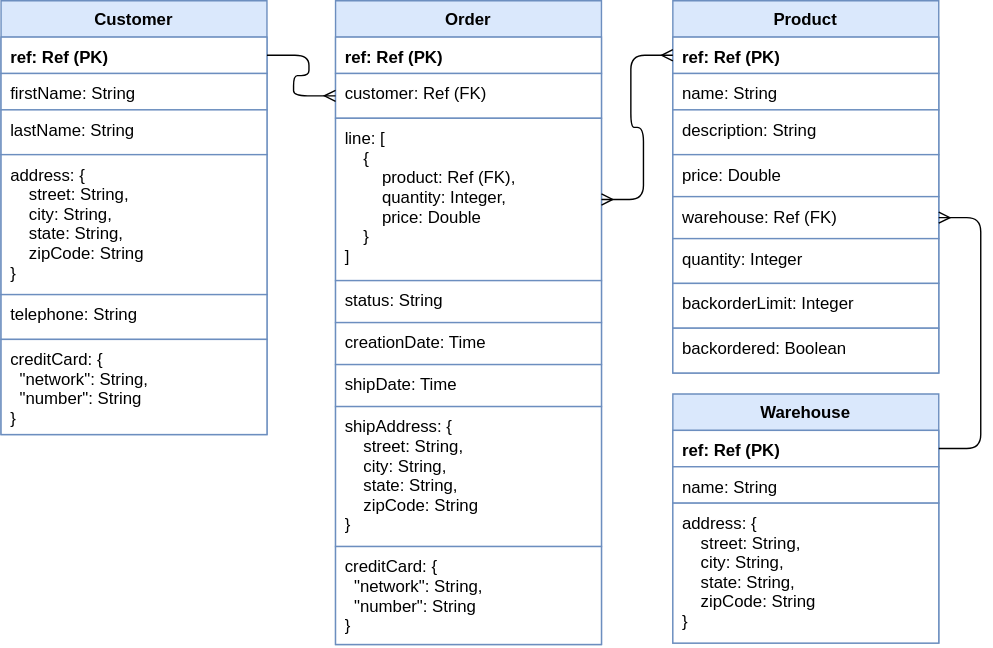
lregnier/faunadb-sample-db keeps this draw.io diagram as images/ecommerce.svg. Above is the earlier version. Source tidied: cells renumbered, new cells last; positions are measured from the earlier drawing's top-left corner, leaving out a move shared by most shapes.
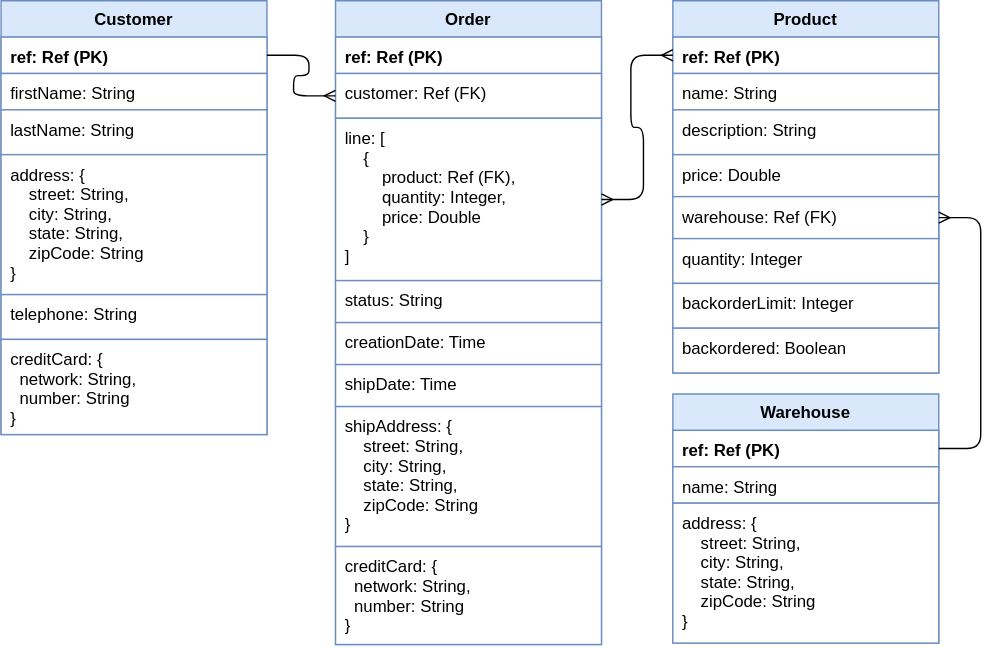
After the change.

What changed in the source:
```diff
@@ -20,7 +20,7 @@
     <mxCell id="7" value="telephone: String" style="text;strokeColor=#6c8ebf;fillColor=#ffffff;align=left;verticalAlign=top;spacingLeft=4;spacingRight=4;overflow=hidden;" parent="2" vertex="1">
       <mxGeometry y="210" width="190" height="32" as="geometry" />
     </mxCell>
-    <mxCell id="8" value="creditCard: {&#10;  &quot;network&quot;: String,&#10;  &quot;number&quot;: String&#10;}&#10;" style="text;strokeColor=#6C8EBF;fillColor=#ffffff;align=left;verticalAlign=top;spacingLeft=4;spacingRight=4;overflow=hidden;" parent="2" vertex="1">
+    <mxCell id="8" value="creditCard: {&#10;  network: String,&#10;  number: String&#10;}&#10;" style="text;strokeColor=#6C8EBF;fillColor=#ffffff;align=left;verticalAlign=top;spacingLeft=4;spacingRight=4;overflow=hidden;" parent="2" vertex="1">
       <mxGeometry y="242" width="190" height="68" as="geometry" />
     </mxCell>
     <mxCell id="9" value="Warehouse" style="swimlane;fontStyle=1;horizontal=1;startSize=26;fillColor=#dae8fc;strokeColor=#6c8ebf;" parent="1" vertex="1">
@@ -86,7 +86,7 @@
     <mxCell id="29" value="shipAddress: {&#10;    street: String,&#10;    city: String,&#10;    state: String,&#10;    zipCode: String&#10;}&#10;" style="text;strokeColor=#6C8EBF;fillColor=#ffffff;align=left;verticalAlign=top;spacingLeft=4;spacingRight=4;overflow=hidden;" parent="22" vertex="1">
       <mxGeometry y="290" width="190" height="100" as="geometry" />
     </mxCell>
-    <mxCell id="30" value="creditCard: {&#10;  &quot;network&quot;: String,&#10;  &quot;number&quot;: String&#10;}&#10;" style="text;strokeColor=#6C8EBF;fillColor=#ffffff;align=left;verticalAlign=top;spacingLeft=4;spacingRight=4;overflow=hidden;" parent="22" vertex="1">
+    <mxCell id="30" value="creditCard: {&#10;  network: String,&#10;  number: String&#10;}&#10;" style="text;strokeColor=#6C8EBF;fillColor=#ffffff;align=left;verticalAlign=top;spacingLeft=4;spacingRight=4;overflow=hidden;" parent="22" vertex="1">
       <mxGeometry y="390" width="190" height="70" as="geometry" />
     </mxCell>
     <mxCell id="31" style="edgeStyle=entityRelationEdgeStyle;fontSize=12;html=1;endArrow=ERmany;exitX=1;exitY=0.5;exitDx=0;exitDy=0;startArrow=none;startFill=0;endFill=0;" parent="1" edge="1" source="3" target="24">
```
